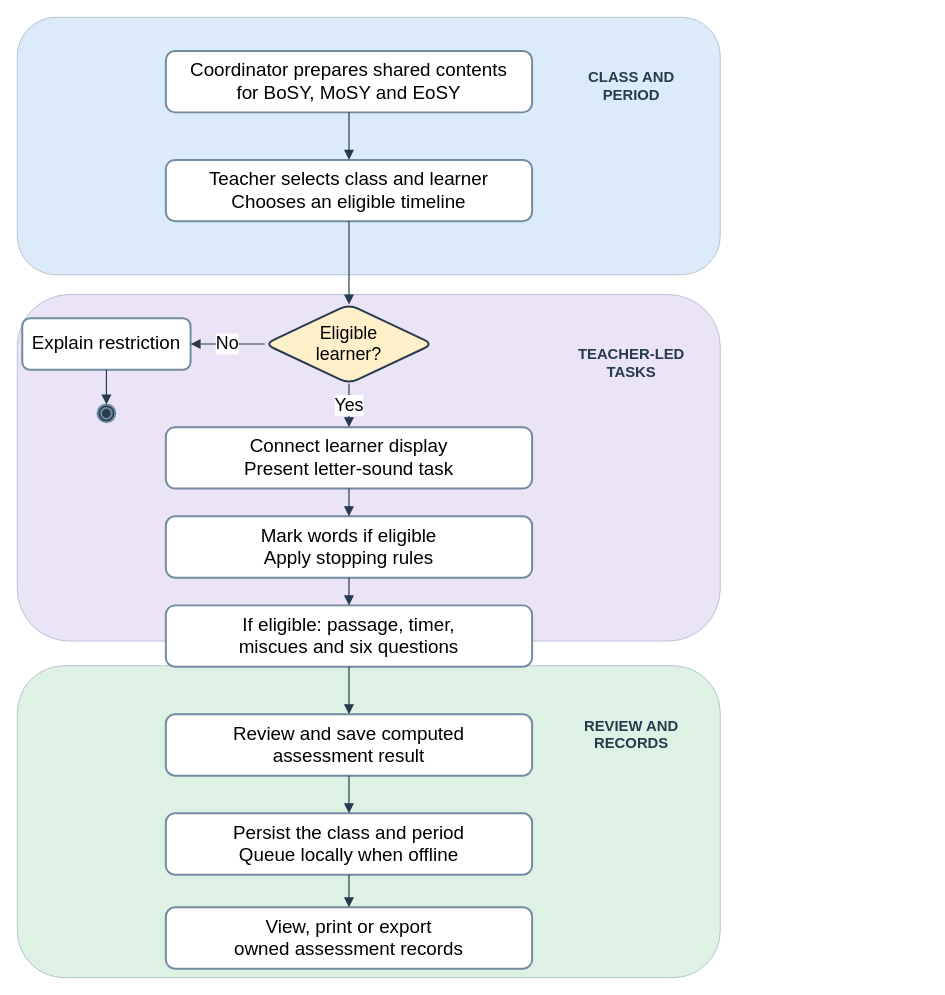
Before: docs/diagrams/class-workspaces/figure-04-period-flow.drawio in AkuSayangKamuJudaSayang/crl-app, a draw.io diagram. Source tidied: cells renumbered, new cells numbered last; positions are measured from the earlier drawing's top-left corner, leaving out a move shared by most shapes. Both pictures are drawn from the tidied source at 99%, with x=0, y=0 at pixel (17, 17).
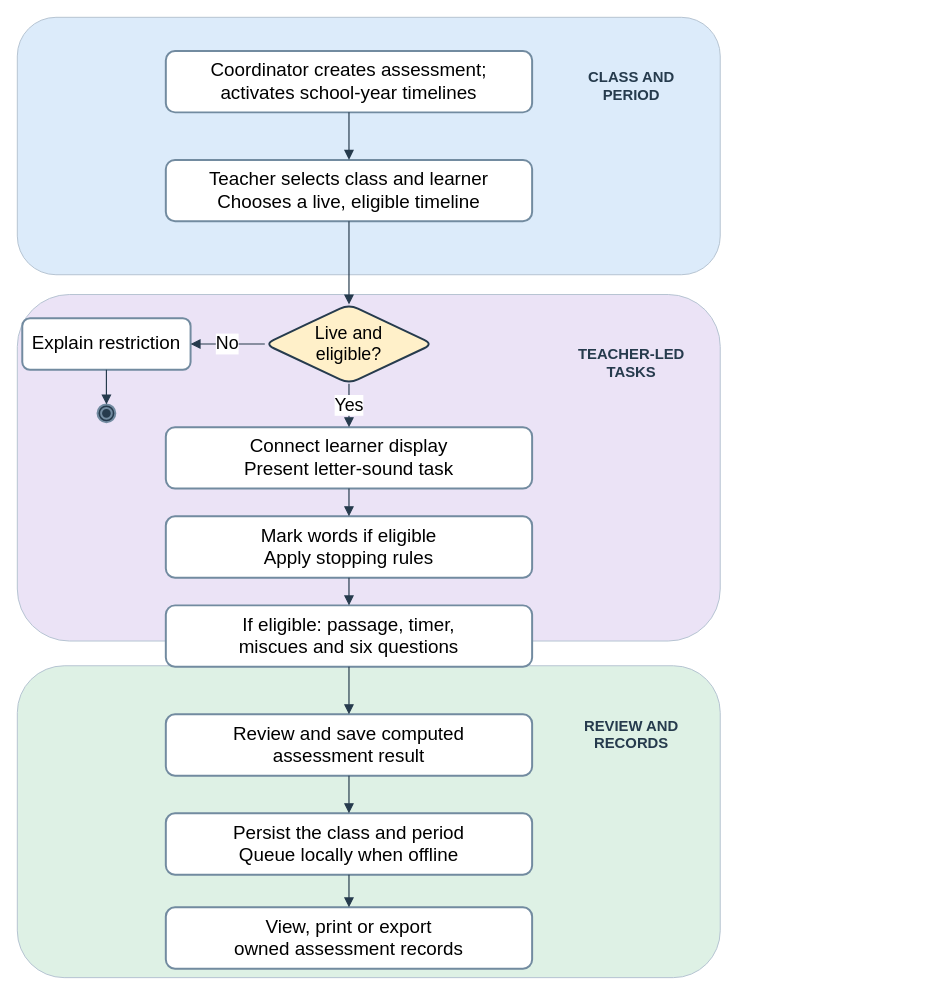
Above is the later version.

What changed in the source:
```diff
@@
-    <mxCell id="8" value="Coordinator prepares shared contents&lt;br&gt;for BoSY, MoSY and EoSY" style="rounded=1;whiteSpace=wrap;html=1;fontFamily=Arial;fillColor=#ffffff;strokeColor=#728ba0;strokeWidth=2;fontSize=19;" parent="1" vertex="1">
+    <mxCell id="8" value="Coordinator creates assessment;&lt;br&gt;activates school-year timelines" style="rounded=1;whiteSpace=wrap;html=1;fontFamily=Arial;fillColor=#ffffff;strokeColor=#728ba0;strokeWidth=2;fontSize=19;" parent="1" vertex="1">
       <mxGeometry x="150" y="34" width="370" height="62" as="geometry" />
     </mxCell>
-    <mxCell id="9" value="Teacher selects class and learner&lt;br&gt;Chooses an eligible timeline" style="rounded=1;whiteSpace=wrap;html=1;fontFamily=Arial;fillColor=#ffffff;strokeColor=#728ba0;strokeWidth=2;fontSize=19;" parent="1" vertex="1">
+    <mxCell id="9" value="Teacher selects class and learner&lt;br&gt;Chooses a live, eligible timeline" style="rounded=1;whiteSpace=wrap;html=1;fontFamily=Arial;fillColor=#ffffff;strokeColor=#728ba0;strokeWidth=2;fontSize=19;" parent="1" vertex="1">
       <mxGeometry x="150" y="144" width="370" height="62" as="geometry" />
     </mxCell>
-    <mxCell id="10" value="Eligible&lt;br&gt;learner?" style="rounded=1;whiteSpace=wrap;html=1;fontFamily=Arial;fillColor=#ffffff;strokeColor=#728ba0;strokeWidth=2;fontSize=19;shape=rhombus;strokeColor=#263b4d;fillColor=#fff0c9;fontSize=18;" parent="1" vertex="1">
+    <mxCell id="10" value="Live and&lt;br&gt;eligible?" style="rounded=1;whiteSpace=wrap;html=1;fontFamily=Arial;fillColor=#ffffff;strokeColor=#728ba0;strokeWidth=2;fontSize=19;shape=rhombus;strokeColor=#263b4d;fillColor=#fff0c9;fontSize=18;" parent="1" vertex="1">
       <mxGeometry x="250" y="290" width="170" height="80" as="geometry" />
     </mxCell>
```
